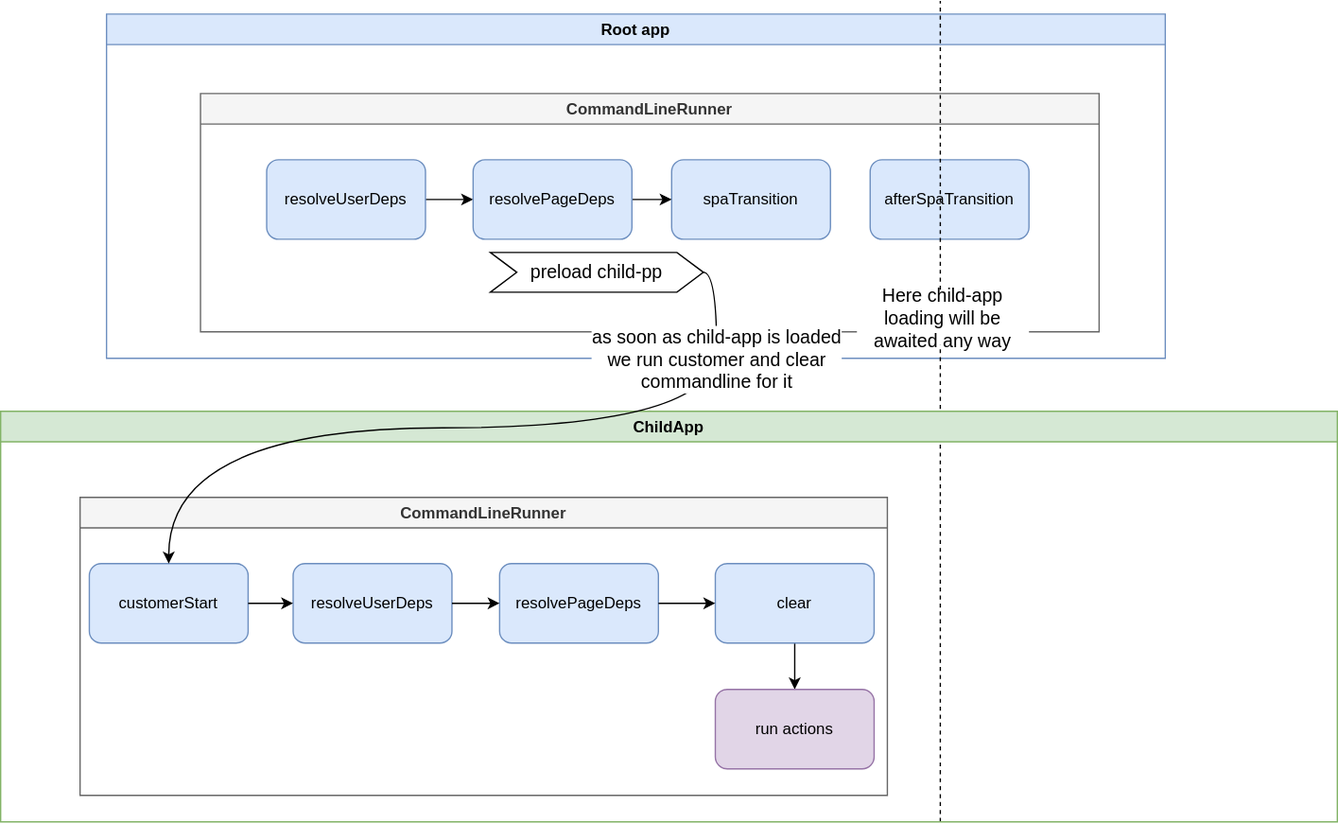
The draw.io diagram img/child-app/command-line-runner-spa-not-loaded.drawio.svg in tramvaijs/tramvai, before a commit. Source tidied: cells renumbered, new cells last; positions are measured from the earlier drawing's top-left corner, leaving out a move shared by most shapes.
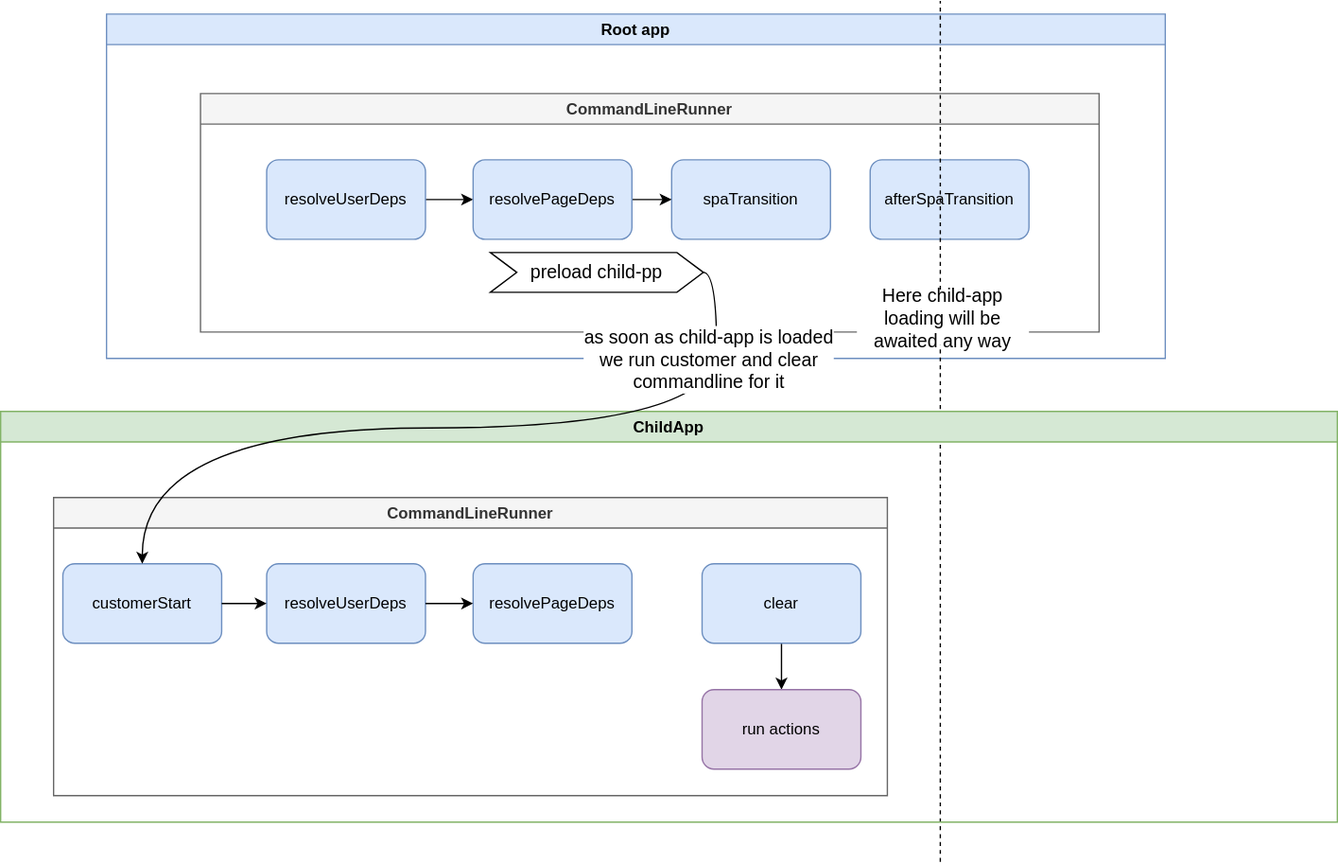
The same file after the commit.

Change to the diagram source:
```diff
@@ -31,7 +31,7 @@
     </mxCell>
     <mxCell id="11" style="endArrow=none;dashed=1;html=1;fontSize=14;curved=1;" parent="3" edge="1">
       <mxGeometry relative="1" as="geometry">
-        <mxPoint x="559" y="550" as="sourcePoint" />
+        <mxPoint x="559" y="580" as="sourcePoint" />
         <mxPoint x="559" y="-70" as="targetPoint" />
       </mxGeometry>
     </mxCell>
@@ -42,7 +42,7 @@
       <mxGeometry y="310" width="1010" height="310" as="geometry" />
     </mxCell>
     <mxCell id="14" value="CommandLineRunner" style="swimlane;fillColor=#f5f5f5;strokeColor=#666666;fontColor=#333333;" parent="13" vertex="1">
-      <mxGeometry x="60" y="65" width="610" height="225" as="geometry" />
+      <mxGeometry x="40" y="65" width="630" height="225" as="geometry" />
     </mxCell>
     <mxCell id="15" value="customerStart" style="rounded=1;whiteSpace=wrap;html=1;fillColor=#dae8fc;strokeColor=#6c8ebf;" parent="14" vertex="1">
       <mxGeometry x="7" y="50" width="120" height="60" as="geometry" />
@@ -63,13 +63,10 @@
       <mxGeometry relative="1" as="geometry" />
     </mxCell>
     <mxCell id="21" value="clear" style="rounded=1;whiteSpace=wrap;html=1;fillColor=#dae8fc;strokeColor=#6c8ebf;" parent="14" vertex="1">
-      <mxGeometry x="480" y="50" width="120" height="60" as="geometry" />
+      <mxGeometry x="490" y="50" width="120" height="60" as="geometry" />
     </mxCell>
-    <mxCell id="22" style="edgeStyle=none;html=1;exitX=1;exitY=0.5;exitDx=0;exitDy=0;entryX=0;entryY=0.5;entryDx=0;entryDy=0;" parent="14" edge="1" source="18" target="21">
-      <mxGeometry relative="1" as="geometry" />
-    </mxCell>
     <mxCell id="23" value="run actions" style="rounded=1;whiteSpace=wrap;html=1;shadow=0;glass=0;labelBackgroundColor=none;fillColor=#e1d5e7;strokeColor=#9673a6;" parent="14" vertex="1">
-      <mxGeometry x="480" y="145" width="120" height="60" as="geometry" />
+      <mxGeometry x="490" y="145" width="120" height="60" as="geometry" />
     </mxCell>
     <mxCell id="24" style="edgeStyle=orthogonalEdgeStyle;html=1;exitX=1;exitY=0.5;exitDx=0;exitDy=0;entryX=0.5;entryY=0;entryDx=0;entryDy=0;fontSize=14;curved=1;" parent="1" edge="1" source="10" target="15">
       <mxGeometry relative="1" as="geometry" />
```
